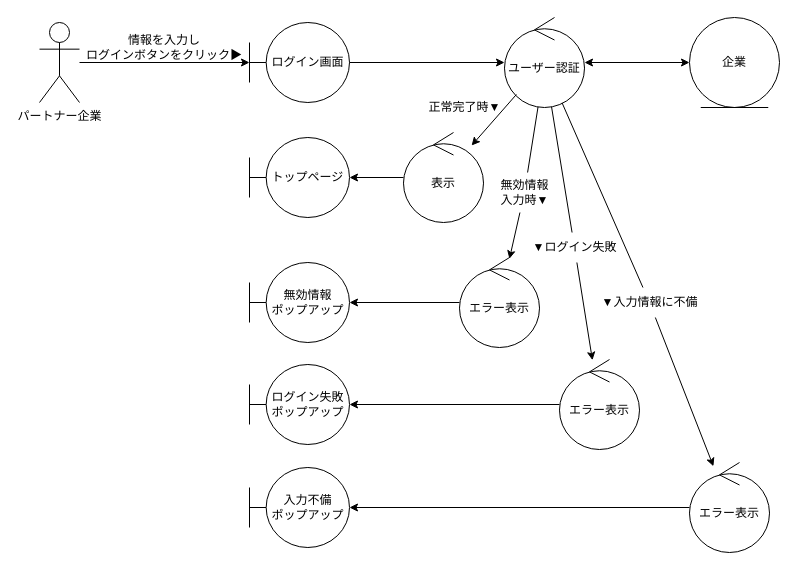
This is page "ログイン" (2 of 11) of out/ロバストネス図/パートナー企業-ロバストネス図.drawio from ksw2270227/GroupF, a draw.io file, before an edit. Source tidied: cells renumbered, new cells numbered last; positions are measured from the earlier drawing's top-left corner, leaving out a move shared by most shapes. Both pictures are drawn from the tidied source at 100%, with x=0, y=0 at pixel (39, 17).
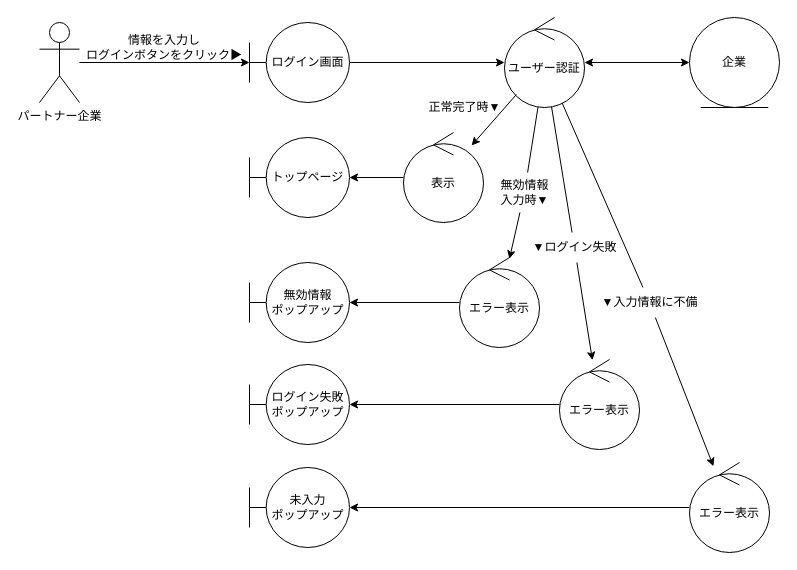
After the change.

Change to the diagram source:
```diff
@@
-    <mxCell id="24" value="入力不備&lt;br&gt;ポップアップ" style="shape=umlBoundary;whiteSpace=wrap;html=1;" parent="1" vertex="1">
+    <mxCell id="24" value="未入力&lt;br&gt;ポップアップ" style="shape=umlBoundary;whiteSpace=wrap;html=1;" parent="1" vertex="1">
       <mxGeometry x="210" y="450" width="100" height="80" as="geometry" />
     </mxCell>
```
